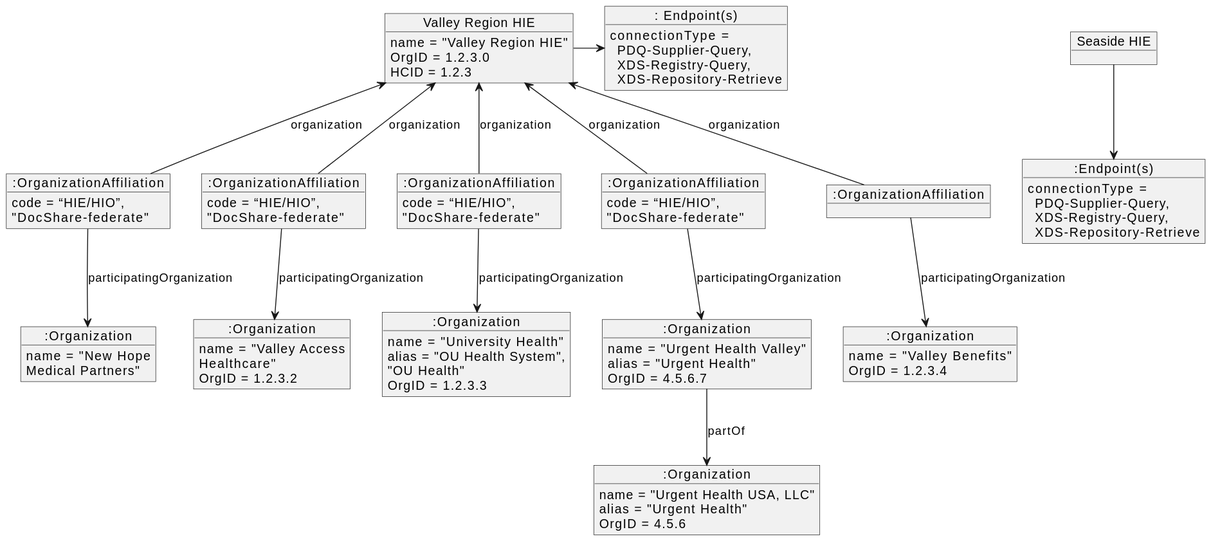
IHE/ITI.Topologies keeps this PlantUML diagram as images/access-intra-central-orgAff.svg. Above is the earlier version. Source of this version:
```plantuml
@startuml
hide footbox
allowmixing

object ":Organization" as Partners
Partners : name = "New Hope\nMedical Partners"

object "Seaside HIE" as hie2
object ":Endpoint(s)" as sEndpoints
sEndpoints : connectionType = \n  PDQ-Supplier-Query,\n  XDS-Registry-Query,\n  XDS-Repository-Retrieve
hie2 --> sEndpoints

object "Valley Region HIE" as hie
hie : name = "Valley Region HIE"
hie : OrgID = 1.2.3.0
hie : HCID = 1.2.3

object ":Organization" as Valley
Valley : name = "Valley Access\nHealthcare"
Valley : OrgID = 1.2.3.2

object ":Organization" as OU
OU : name = "University Health"
OU : alias = "OU Health System",\n"OU Health"
OU : OrgID = 1.2.3.3

object ":Organization" as Urgent
Urgent : name = "Urgent Health Valley"
Urgent : alias = "Urgent Health"
Urgent : OrgID = 4.5.6.7

object ":Organization" as UrgentNational
UrgentNational : name = "Urgent Health USA, LLC"
UrgentNational : alias = "Urgent Health"
UrgentNational : OrgID = 4.5.6
Urgent --> UrgentNational : partOf

object ":Organization" as Benefits
Benefits : name = "Valley Benefits"
Benefits : OrgID = 1.2.3.4

object ":OrganizationAffiliation" as OrgAff4
OrgAff4 --> Partners : participatingOrganization
hie <-- OrgAff4 : organization
OrgAff4 : code = “HIE/HIO”,\n"DocShare-federate"

object ": Endpoint(s)" as vEndpoints
vEndpoints : connectionType = \n  PDQ-Supplier-Query,\n  XDS-Registry-Query,\n  XDS-Repository-Retrieve
hie -> vEndpoints

object ":OrganizationAffiliation" as OrgAff1
OrgAff1 : code = “HIE/HIO”,\n"DocShare-federate"
OrgAff1 --> Valley : participatingOrganization
hie <-- OrgAff1 : organization

object ":OrganizationAffiliation" as OrgAff2
OrgAff2 : code = “HIE/HIO”,\n"DocShare-federate"
OrgAff2 --> OU : participatingOrganization
hie <-- OrgAff2 : organization

object ":OrganizationAffiliation" as OrgAff3
OrgAff3 : code = “HIE/HIO”,\n"DocShare-federate"
OrgAff3 --> Urgent : participatingOrganization
hie <-- OrgAff3 : organization

object ":OrganizationAffiliation" as OrgAff5
OrgAff5 --> Benefits : participatingOrganization
hie <-- OrgAff5 : organization
@enduml
```
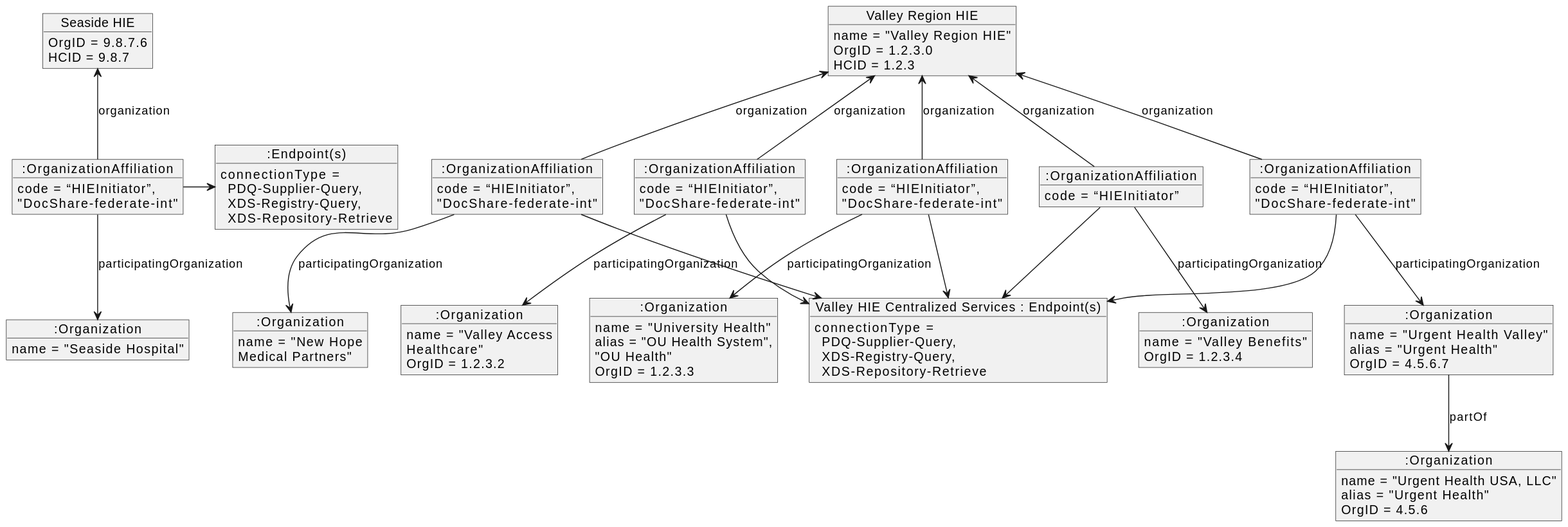
After the commit.

Commit message:
Fixed per committee work

Change to the diagram source:
```diff
@@ -6,9 +6,10 @@
 Partners : name = "New Hope\nMedical Partners"
 
 object "Seaside HIE" as hie2
+hie2 : OrgID = 9.8.7.6
+hie2 : HCID = 9.8.7
 object ":Endpoint(s)" as sEndpoints
 sEndpoints : connectionType = \n  PDQ-Supplier-Query,\n  XDS-Registry-Query,\n  XDS-Repository-Retrieve
-hie2 --> sEndpoints
 
 object "Valley Region HIE" as hie
 hie : name = "Valley Region HIE"
@@ -42,28 +43,42 @@
 object ":OrganizationAffiliation" as OrgAff4
 OrgAff4 --> Partners : participatingOrganization
 hie <-- OrgAff4 : organization
-OrgAff4 : code = “HIE/HIO”,\n"DocShare-federate"
+OrgAff4 : code = “HIEInitiator”,\n"DocShare-federate-int"
 
-object ": Endpoint(s)" as vEndpoints
+object "Valley HIE Centralized Services : Endpoint(s)" as vEndpoints
 vEndpoints : connectionType = \n  PDQ-Supplier-Query,\n  XDS-Registry-Query,\n  XDS-Repository-Retrieve
-hie -> vEndpoints
 
 object ":OrganizationAffiliation" as OrgAff1
-OrgAff1 : code = “HIE/HIO”,\n"DocShare-federate"
+OrgAff1 : code = “HIEInitiator”,\n"DocShare-federate-int"
 OrgAff1 --> Valley : participatingOrganization
 hie <-- OrgAff1 : organization
 
 object ":OrganizationAffiliation" as OrgAff2
-OrgAff2 : code = “HIE/HIO”,\n"DocShare-federate"
+OrgAff2 : code = “HIEInitiator”,\n"DocShare-federate-int"
 OrgAff2 --> OU : participatingOrganization
 hie <-- OrgAff2 : organization
 
 object ":OrganizationAffiliation" as OrgAff3
-OrgAff3 : code = “HIE/HIO”,\n"DocShare-federate"
+OrgAff3 : code = “HIEInitiator”,\n"DocShare-federate-int"
 OrgAff3 --> Urgent : participatingOrganization
 hie <-- OrgAff3 : organization
 
 object ":OrganizationAffiliation" as OrgAff5
 OrgAff5 --> Benefits : participatingOrganization
+OrgAff5 : code = “HIEInitiator”
 hie <-- OrgAff5 : organization
+
+OrgAff1 --> vEndpoints
+OrgAff2 --> vEndpoints
+OrgAff3 --> vEndpoints
+OrgAff4 --> vEndpoints
+OrgAff5 --> vEndpoints
+
+object ":Organization" as SeasideHosp
+SeasideHosp : name = "Seaside Hospital"
+object ":OrganizationAffiliation" as OrgAff6
+OrgAff6 --> SeasideHosp : participatingOrganization
+OrgAff6 : code = “HIEInitiator”,\n"DocShare-federate-int"
+hie2 <-- OrgAff6 : organization
+OrgAff6 -> sEndpoints
 @enduml
```
